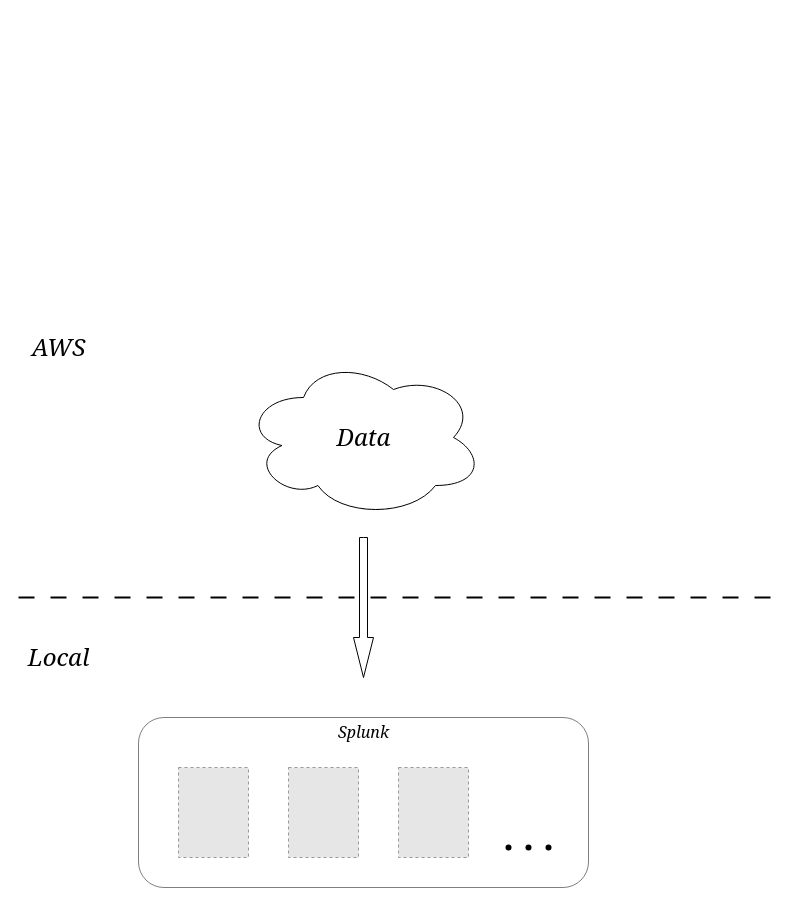
The draw.io diagram img/Disney/aws2.drawio in sumkomorebi/PicGo, before the edit. Source tidied: cells renumbered, new cells numbered last; positions are measured from the earlier drawing's top-left corner, leaving out a move shared by most shapes. Both pictures are drawn from the tidied source at 100%, with x=0, y=0 at pixel (18, 327). Pictures stored in the file or linked from it are replaced by grey dashed boxes.
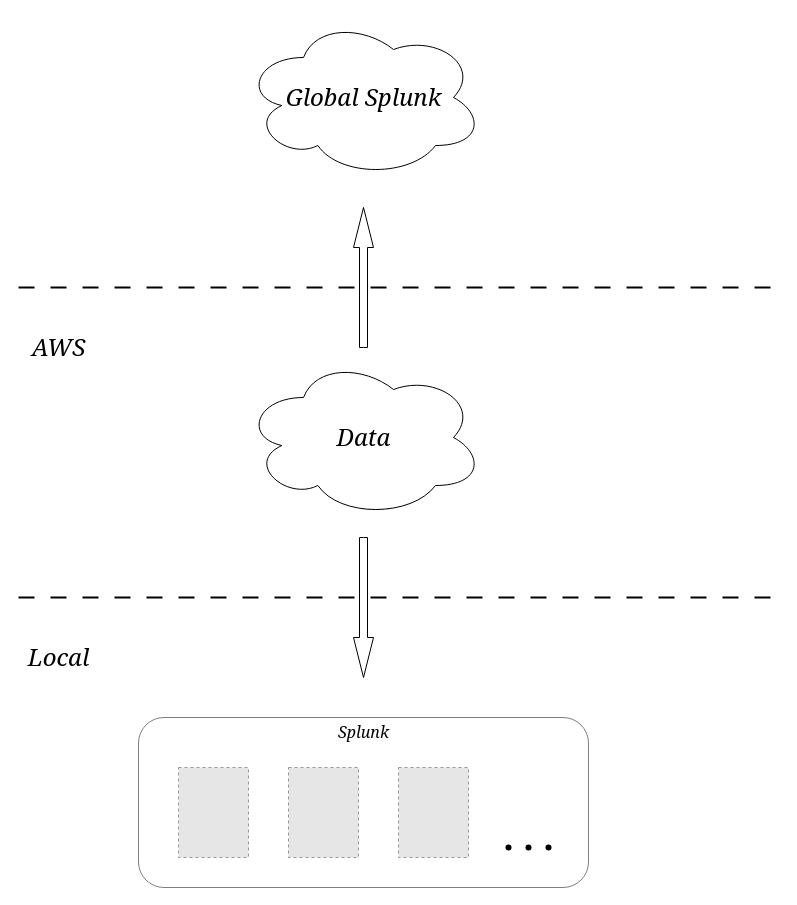
The same diagram, later.

Diff of the diagram source:
```diff
@@
+    <mxCell id="16" style="endArrow=none;dashed=1;html=1;rounded=0;strokeWidth=2;dashPattern=8 8;" parent="1" edge="1">
+      <mxGeometry relative="1" as="geometry">
+        <mxPoint y="-40" as="sourcePoint" />
+        <mxPoint x="760" y="-40" as="targetPoint" />
+      </mxGeometry>
+    </mxCell>
+    <mxCell id="17" style="ellipse;shape=cloud;whiteSpace=wrap;html=1;" parent="1" vertex="1">
+      <mxGeometry x="225" y="-310" width="240" height="160" as="geometry" />
+    </mxCell>
+    <mxCell id="18" value="Global Splunk" style="text;html=1;align=center;verticalAlign=middle;strokeColor=none;fillColor=none;fontFamily=Georgia;fontStyle=2;fontSize=24;" parent="1" vertex="1">
+      <mxGeometry x="260" y="-250" width="170" height="40" as="geometry" />
+    </mxCell>
+    <mxCell id="19" style="html=1;shadow=0;dashed=0;align=center;verticalAlign=middle;shape=mxgraph.arrows2.arrow;dy=0.6;dx=40;direction=north;notch=0;" parent="1" vertex="1">
+      <mxGeometry x="335" y="-120" width="20" height="140" as="geometry" />
+    </mxCell>
```
